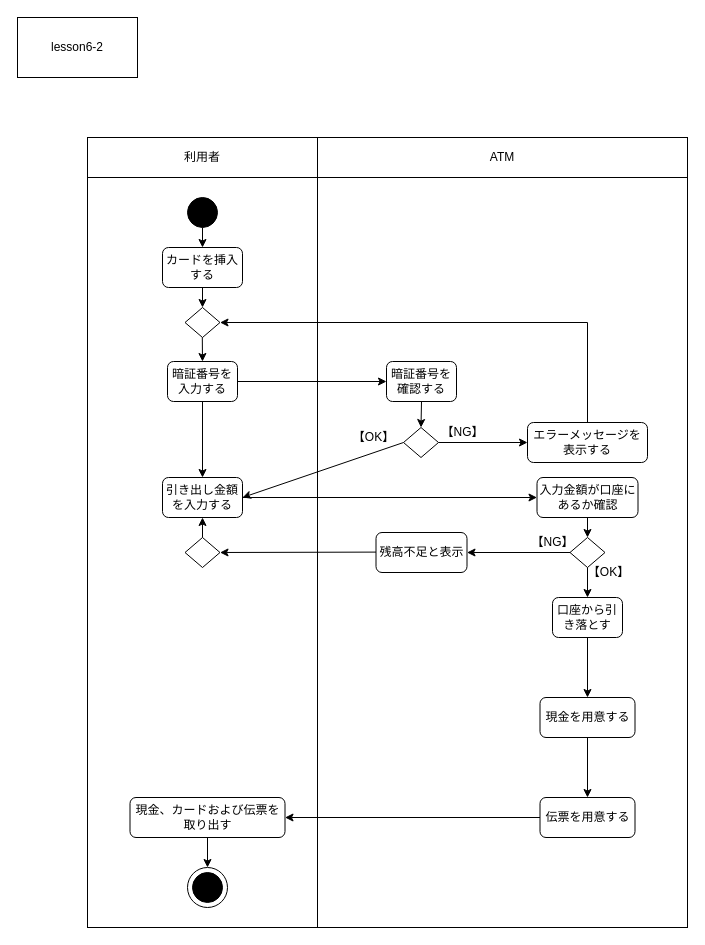
This is lesson10/10-3.drawio from hirutashougo/UML_introduction, a draw.io file, before an edit. Source tidied: cells renumbered, new cells numbered last; positions are measured from the earlier drawing's top-left corner, leaving out a move shared by most shapes. Both pictures are drawn from the tidied source at 100%, with x=0, y=0 at pixel (17, 17).
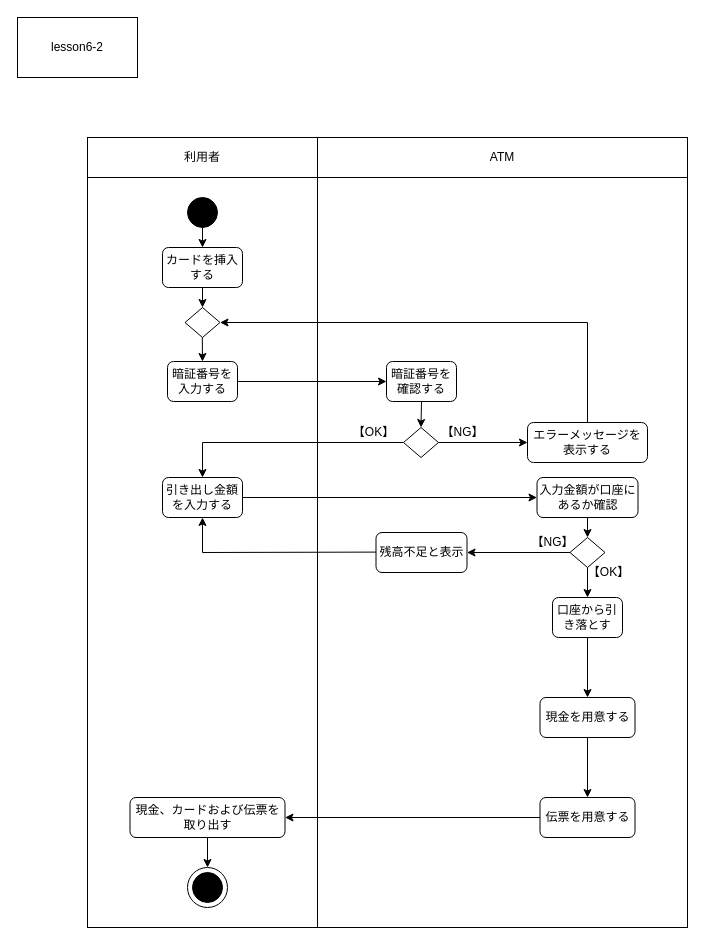
Above is the later version.

The change refers to these unchanged cells:
```xml
<mxCell id="11" value="暗証番号を入力する" style="rounded=1;whiteSpace=wrap;html=1;" parent="1" vertex="1">
  <mxGeometry x="150" y="344" width="70" height="40" as="geometry" />
</mxCell>
<mxCell id="12" value="引き出し金額を入力する" style="rounded=1;whiteSpace=wrap;html=1;" parent="1" vertex="1">
  <mxGeometry x="145" y="460" width="80" height="40" as="geometry" />
</mxCell>
<mxCell id="17" style="rhombus;whiteSpace=wrap;html=1;" parent="1" vertex="1">
  <mxGeometry x="386" y="410" width="35" height="30" as="geometry" />
</mxCell>
```

What changed in the source:
```diff
@@
-    <mxCell id="20" style="rhombus;whiteSpace=wrap;html=1;" parent="1" vertex="1">
-      <mxGeometry x="167.5" y="520" width="35" height="30" as="geometry" />
-    </mxCell>
@@
-    <mxCell id="28" style="endArrow=classic;html=1;rounded=0;exitX=0;exitY=0.5;exitDx=0;exitDy=0;entryX=1;entryY=0.5;entryDx=0;entryDy=0;" parent="1" edge="1" target="20">
+    <mxCell id="28" style="endArrow=classic;html=1;rounded=0;exitX=0;exitY=0.5;exitDx=0;exitDy=0;entryX=0.5;entryY=1;entryDx=0;entryDy=0;" parent="1" edge="1" target="12">
       <mxGeometry relative="1" as="geometry">
         <mxPoint x="358.5" y="534.6" as="sourcePoint" />
+        <Array as="points">
+          <mxPoint x="185" y="535" />
+        </Array>
       </mxGeometry>
     </mxCell>
@@
-    <mxCell id="32" style="endArrow=classic;html=1;rounded=0;exitX=0.5;exitY=0;exitDx=0;exitDy=0;entryX=0.5;entryY=1;entryDx=0;entryDy=0;" parent="1" edge="1" source="20" target="12">
-      <mxGeometry relative="1" as="geometry" />
-    </mxCell>
@@
-    <mxCell id="34" style="endArrow=classic;html=1;rounded=0;exitX=0.5;exitY=1;exitDx=0;exitDy=0;entryX=0.5;entryY=0;entryDx=0;entryDy=0;" parent="1" edge="1" source="11" target="12">
-      <mxGeometry relative="1" as="geometry" />
-    </mxCell>
@@
-    <mxCell id="40" style="endArrow=classic;html=1;rounded=0;exitX=0;exitY=0.5;exitDx=0;exitDy=0;entryX=1;entryY=0.5;entryDx=0;entryDy=0;" parent="1" edge="1" source="17" target="12">
-      <mxGeometry relative="1" as="geometry" />
+    <mxCell id="40" style="endArrow=classic;html=1;rounded=0;exitX=0;exitY=0.5;exitDx=0;exitDy=0;entryX=0.5;entryY=0;entryDx=0;entryDy=0;" parent="1" edge="1" source="17" target="12">
+      <mxGeometry relative="1" as="geometry">
+        <Array as="points">
+          <mxPoint x="185" y="425" />
+        </Array>
+      </mxGeometry>
     </mxCell>
@@
     <mxCell id="43" value="【OK】" style="text;html=1;align=center;verticalAlign=middle;strokeColor=none;fillColor=none;" parent="1" vertex="1">
-      <mxGeometry x="326" y="405" width="60" height="30" as="geometry" />
+      <mxGeometry x="326" y="400" width="60" height="30" as="geometry" />
     </mxCell>
```
